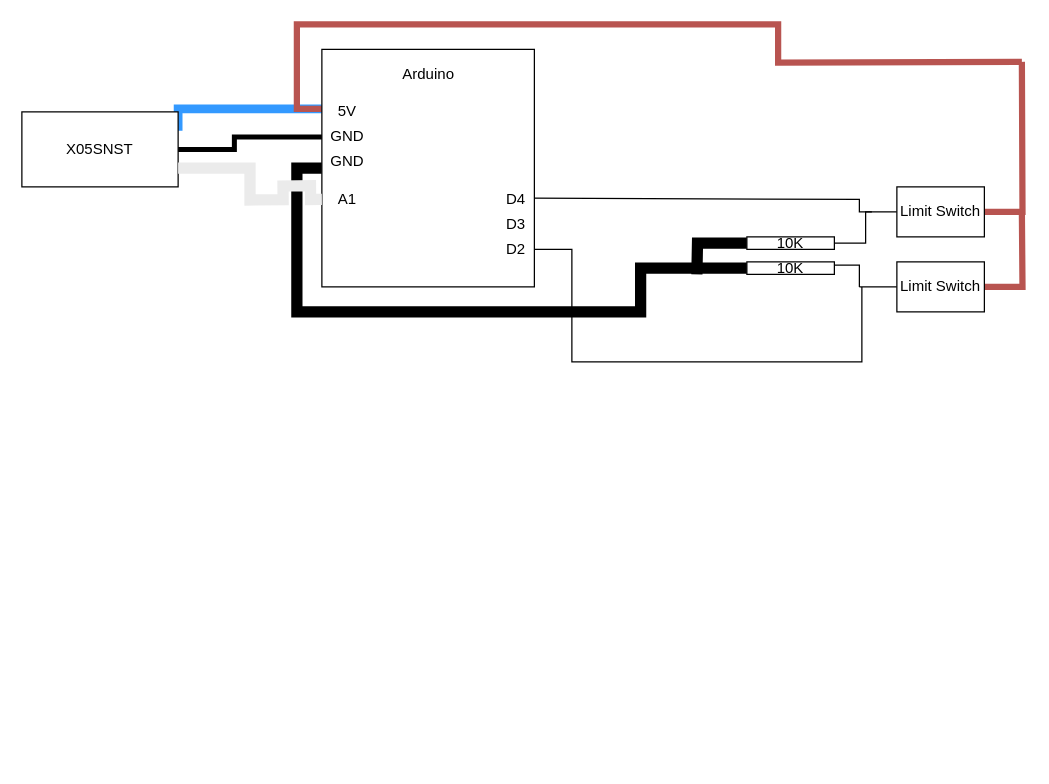
Earlier version of the draw.io diagram Steering-Subsystem/Steering-Subsistem.drawio (Triton-AI/EV-GrandPrix-2021). Source tidied: cells renumbered, new cells numbered last; positions are measured from the earlier drawing's top-left corner, leaving out a move shared by most shapes. Both pictures are drawn from the tidied source at 125%, with x=0, y=0 at pixel (21, 49).
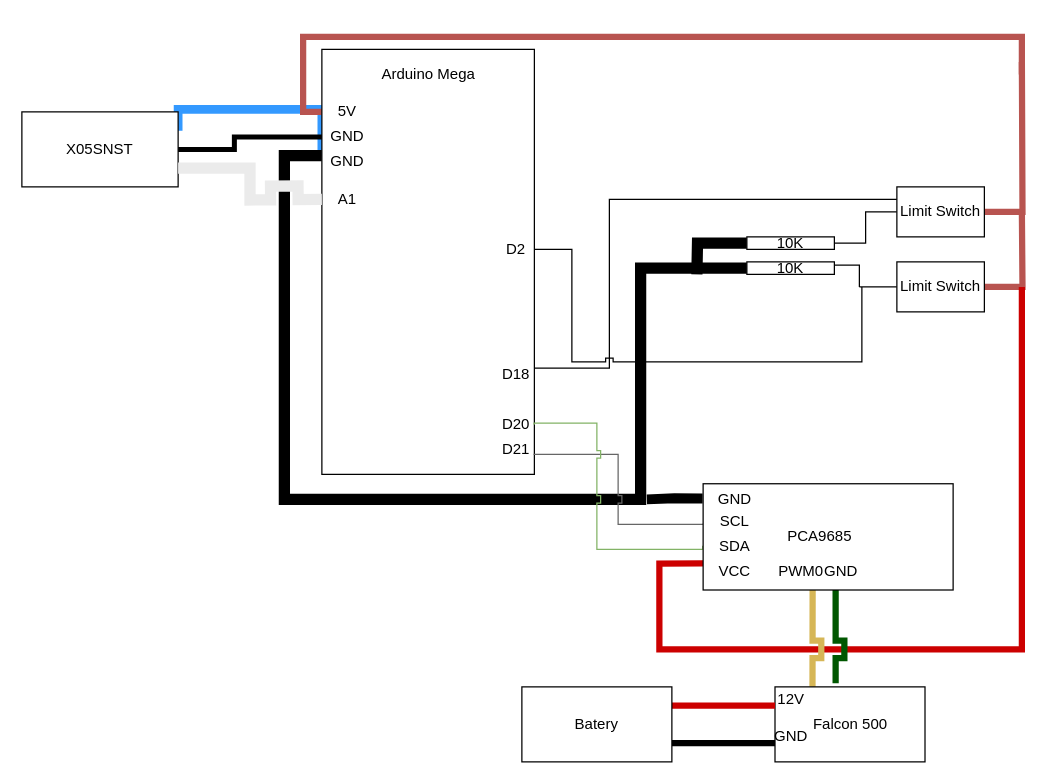
The same page after the edit.

Unchanged cells that the change refers to:
```xml
<mxCell id="15" value="&lt;div&gt;5V&lt;/div&gt;" style="text;html=1;align=center;verticalAlign=middle;points=[];fillColor=none;strokeColor=none;rounded=0;" parent="1" vertex="1">
  <mxGeometry x="245" y="40" width="30" height="20" as="geometry" />
</mxCell>
<mxCell id="21" value="10K" style="rounded=0;whiteSpace=wrap;html=1;" parent="1" vertex="1">
  <mxGeometry x="580" y="170" width="70" height="10" as="geometry" />
</mxCell>
<mxCell id="24" value="Limit Switch" style="rounded=0;whiteSpace=wrap;html=1;" parent="1" vertex="1">
  <mxGeometry x="700" y="110" width="70" height="40" as="geometry" />
</mxCell>
```

The edit, as a diff of the source:
```diff
@@
-    <mxCell id="3" style="edgeStyle=orthogonalEdgeStyle;rounded=0;jumpStyle=sharp;jettySize=auto;html=1;exitX=0;exitY=0.5;exitDx=0;exitDy=0;endArrow=none;endFill=0;endSize=7;strokeWidth=9;entryX=0;entryY=0.5;entryDx=0;entryDy=0;" parent="1" edge="1" source="6" target="21">
-      <mxGeometry relative="1" as="geometry" />
+    <mxCell id="3" style="edgeStyle=orthogonalEdgeStyle;rounded=0;jumpStyle=sharp;jettySize=auto;html=1;endArrow=none;endFill=0;endSize=7;strokeWidth=9;entryX=0;entryY=0.5;entryDx=0;entryDy=0;exitX=0;exitY=0.25;exitDx=0;exitDy=0;" parent="1" edge="1" source="6" target="21">
+      <mxGeometry relative="1" as="geometry">
+        <Array as="points">
+          <mxPoint x="210" y="85" />
+          <mxPoint x="210" y="360" />
+          <mxPoint x="495" y="360" />
+          <mxPoint x="495" y="175" />
+        </Array>
+      </mxGeometry>
     </mxCell>
-    <mxCell id="4" style="edgeStyle=orthogonalEdgeStyle;rounded=0;jumpStyle=sharp;jettySize=auto;html=1;endArrow=none;endFill=0;endSize=7;strokeColor=#000000;strokeWidth=1;exitX=0.933;exitY=0.45;exitDx=0;exitDy=0;exitPerimeter=0;" parent="1" edge="1" source="11">
-      <mxGeometry relative="1" as="geometry">
-        <mxPoint x="680" y="130" as="targetPoint" />
-        <Array as="points">
-          <mxPoint x="408" y="120" />
-          <mxPoint x="670" y="120" />
-        </Array>
-      </mxGeometry>
-    </mxCell>
-    <mxCell id="5" style="edgeStyle=orthogonalEdgeStyle;rounded=0;jumpStyle=sharp;jettySize=auto;html=1;exitX=0;exitY=0.25;exitDx=0;exitDy=0;endArrow=none;endFill=0;endSize=7;strokeColor=#b85450;strokeWidth=5;fillColor=#f8cecc;" parent="1" edge="1" source="6">
+    <mxCell id="5" style="edgeStyle=orthogonalEdgeStyle;rounded=0;jumpStyle=sharp;jettySize=auto;html=1;endArrow=none;endFill=0;endSize=7;strokeColor=#b85450;strokeWidth=5;fillColor=#f8cecc;exitX=0;exitY=0.5;exitDx=0;exitDy=0;exitPerimeter=0;" parent="1" edge="1" source="15">
       <mxGeometry relative="1" as="geometry">
-        <mxPoint x="800" y="10" as="targetPoint" />
+        <mxPoint x="800" y="20" as="targetPoint" />
+        <Array as="points">
+          <mxPoint x="225" y="50" />
+          <mxPoint x="225" y="-10" />
+          <mxPoint x="800" y="-10" />
+        </Array>
       </mxGeometry>
     </mxCell>
+    <mxCell id="29" style="edgeStyle=orthogonalEdgeStyle;rounded=0;jettySize=auto;html=1;exitX=1;exitY=0.75;exitDx=0;exitDy=0;entryX=0;entryY=0.25;entryDx=0;entryDy=0;endArrow=none;endFill=0;" parent="1" edge="1" source="6" target="24">
+      <mxGeometry relative="1" as="geometry">
+        <Array as="points">
+          <mxPoint x="470" y="255" />
+          <mxPoint x="470" y="120" />
+        </Array>
+      </mxGeometry>
+    </mxCell>
     <mxCell id="6" style="rounded=0;whiteSpace=wrap;html=1;" parent="1" vertex="1">
-      <mxGeometry x="240" width="170" height="190" as="geometry" />
+      <mxGeometry x="240" width="170" height="340" as="geometry" />
     </mxCell>
@@
-    <mxCell id="8" value="Arduino" style="text;html=1;align=center;verticalAlign=middle;fillColor=none;strokeColor=none;rounded=0;" parent="1" vertex="1">
-      <mxGeometry x="300" y="10" width="50" height="20" as="geometry" />
+    <mxCell id="8" value="&lt;div&gt;Arduino Mega&lt;/div&gt;" style="text;html=1;align=center;verticalAlign=middle;fillColor=none;strokeColor=none;rounded=0;" parent="1" vertex="1">
+      <mxGeometry x="280" y="10" width="90" height="20" as="geometry" />
     </mxCell>
@@
-    <mxCell id="10" value="D3" style="text;html=1;align=center;verticalAlign=middle;fillColor=none;strokeColor=none;rounded=0;" parent="1" vertex="1">
-      <mxGeometry x="380" y="130" width="30" height="20" as="geometry" />
-    </mxCell>
-    <mxCell id="11" value="D4" style="text;html=1;align=center;verticalAlign=middle;points=[];fillColor=none;strokeColor=none;rounded=0;" parent="1" vertex="1">
-      <mxGeometry x="380" y="110" width="30" height="20" as="geometry" />
+    <mxCell id="11" value="D18" style="text;html=1;align=center;verticalAlign=middle;points=[];fillColor=none;strokeColor=none;rounded=0;" parent="1" vertex="1">
+      <mxGeometry x="375" y="250" width="40" height="20" as="geometry" />
     </mxCell>
@@
+    <mxCell id="30" value="D20" style="text;html=1;align=center;verticalAlign=middle;fillColor=none;strokeColor=none;rounded=0;" parent="1" vertex="1">
+      <mxGeometry x="375" y="290" width="40" height="20" as="geometry" />
+    </mxCell>
+    <mxCell id="31" value="D21" style="text;html=1;align=center;verticalAlign=middle;fillColor=none;strokeColor=none;rounded=0;" parent="1" vertex="1">
+      <mxGeometry x="375" y="310" width="40" height="20" as="geometry" />
+    </mxCell>
+    <mxCell id="32" style="edgeStyle=orthogonalEdgeStyle;rounded=0;jettySize=auto;html=1;exitX=0.862;exitY=-0.002;exitDx=0;exitDy=0;endArrow=none;endFill=0;exitPerimeter=0;strokeWidth=8;" parent="1" edge="1" source="38">
+      <mxGeometry relative="1" as="geometry">
+        <mxPoint x="500" y="360" as="targetPoint" />
+        <Array as="points">
+          <mxPoint x="522" y="359" />
+        </Array>
+      </mxGeometry>
+    </mxCell>
+    <mxCell id="33" style="edgeStyle=orthogonalEdgeStyle;rounded=0;jettySize=auto;html=1;exitX=0.651;exitY=0.005;exitDx=0;exitDy=0;endArrow=none;endFill=0;entryX=0.996;entryY=0.953;entryDx=0;entryDy=0;entryPerimeter=0;fillColor=#f5f5f5;strokeColor=#666666;jumpStyle=sharp;exitPerimeter=0;" parent="1" edge="1" source="38" target="6">
+      <mxGeometry relative="1" as="geometry">
+        <Array as="points">
+          <mxPoint x="545" y="377" />
+          <mxPoint x="545" y="380" />
+          <mxPoint x="477" y="380" />
+          <mxPoint x="477" y="324" />
+        </Array>
+      </mxGeometry>
+    </mxCell>
+    <mxCell id="34" style="edgeStyle=orthogonalEdgeStyle;rounded=0;jettySize=auto;html=1;exitX=0.416;exitY=-0.002;exitDx=0;exitDy=0;endArrow=none;endFill=0;entryX=0.999;entryY=0.883;entryDx=0;entryDy=0;entryPerimeter=0;fillColor=#d5e8d4;strokeColor=#82b366;jumpStyle=sharp;exitPerimeter=0;" parent="1" edge="1" source="38" target="6">
+      <mxGeometry relative="1" as="geometry">
+        <Array as="points">
+          <mxPoint x="545" y="400" />
+          <mxPoint x="460" y="400" />
+          <mxPoint x="460" y="299" />
+          <mxPoint x="410" y="299" />
+        </Array>
+      </mxGeometry>
+    </mxCell>
+    <mxCell id="35" style="edgeStyle=orthogonalEdgeStyle;rounded=0;jettySize=auto;html=1;exitX=0.25;exitY=0;exitDx=0;exitDy=0;endArrow=none;endFill=0;strokeColor=#CC0000;strokeWidth=5;" parent="1" edge="1" source="38">
+      <mxGeometry relative="1" as="geometry">
+        <mxPoint x="800" y="190" as="targetPoint" />
+        <Array as="points">
+          <mxPoint x="510" y="411" />
+          <mxPoint x="510" y="480" />
+          <mxPoint x="800" y="480" />
+        </Array>
+      </mxGeometry>
+    </mxCell>
+    <mxCell id="36" style="edgeStyle=orthogonalEdgeStyle;rounded=0;jumpStyle=sharp;jettySize=auto;html=1;exitX=0.011;exitY=0.53;exitDx=0;exitDy=0;endArrow=none;endFill=0;strokeColor=#005700;strokeWidth=5;exitPerimeter=0;fillColor=#008a00;" parent="1" edge="1" source="38">
+      <mxGeometry relative="1" as="geometry">
+        <mxPoint x="651" y="507" as="targetPoint" />
+        <Array as="points">
+          <mxPoint x="651" y="433" />
+          <mxPoint x="651" y="433" />
+        </Array>
+      </mxGeometry>
+    </mxCell>
+    <mxCell id="37" style="edgeStyle=orthogonalEdgeStyle;rounded=0;jumpStyle=sharp;jettySize=auto;html=1;exitX=0.015;exitY=0.438;exitDx=0;exitDy=0;entryX=0.25;entryY=0;entryDx=0;entryDy=0;endArrow=none;endFill=0;strokeColor=#d6b656;strokeWidth=5;exitPerimeter=0;fillColor=#fff2cc;" parent="1" edge="1" source="38" target="44">
+      <mxGeometry relative="1" as="geometry">
+        <Array as="points">
+          <mxPoint x="633" y="433" />
+          <mxPoint x="633" y="471" />
+          <mxPoint x="633" y="471" />
+        </Array>
+      </mxGeometry>
+    </mxCell>
+    <mxCell id="38" style="rounded=0;whiteSpace=wrap;html=1;rotation=-90;" parent="1" vertex="1">
+      <mxGeometry x="602.5" y="290" width="85" height="200" as="geometry" />
+    </mxCell>
+    <mxCell id="39" value="PCA9685" style="text;html=1;align=center;verticalAlign=middle;fillColor=none;strokeColor=none;rounded=0;" parent="1" vertex="1">
+      <mxGeometry x="602.5" y="380" width="70" height="20" as="geometry" />
+    </mxCell>
+    <mxCell id="40" value="GND" style="text;html=1;align=center;verticalAlign=middle;fillColor=none;strokeColor=none;rounded=0;" parent="1" vertex="1">
+      <mxGeometry x="550" y="350" width="40" height="20" as="geometry" />
+    </mxCell>
+    <mxCell id="41" value="SDA" style="text;html=1;align=center;verticalAlign=middle;fillColor=none;strokeColor=none;rounded=0;" parent="1" vertex="1">
+      <mxGeometry x="550" y="387.5" width="40" height="20" as="geometry" />
+    </mxCell>
+    <mxCell id="42" value="SCL" style="text;html=1;align=center;verticalAlign=middle;fillColor=none;strokeColor=none;rounded=0;" parent="1" vertex="1">
+      <mxGeometry x="550" y="367.5" width="40" height="20" as="geometry" />
+    </mxCell>
+    <mxCell id="43" value="VCC" style="text;html=1;align=center;verticalAlign=middle;fillColor=none;strokeColor=none;rounded=0;" parent="1" vertex="1">
+      <mxGeometry x="550" y="407.5" width="40" height="20" as="geometry" />
+    </mxCell>
+    <mxCell id="44" value="Falcon 500" style="rounded=0;whiteSpace=wrap;html=1;" parent="1" vertex="1">
+      <mxGeometry x="602.5" y="510" width="120" height="60" as="geometry" />
+    </mxCell>
+    <mxCell id="45" style="edgeStyle=orthogonalEdgeStyle;rounded=0;jumpStyle=sharp;jettySize=auto;html=1;exitX=1;exitY=0.25;exitDx=0;exitDy=0;entryX=0;entryY=0.25;entryDx=0;entryDy=0;endArrow=none;endFill=0;strokeColor=#CC0000;strokeWidth=5;" parent="1" edge="1" source="47" target="44">
+      <mxGeometry relative="1" as="geometry" />
+    </mxCell>
+    <mxCell id="46" style="edgeStyle=orthogonalEdgeStyle;rounded=0;jumpStyle=sharp;jettySize=auto;html=1;exitX=1;exitY=0.75;exitDx=0;exitDy=0;entryX=0;entryY=0.75;entryDx=0;entryDy=0;endArrow=none;endFill=0;strokeWidth=5;" parent="1" edge="1" source="47" target="44">
+      <mxGeometry relative="1" as="geometry" />
+    </mxCell>
+    <mxCell id="47" value="Batery" style="rounded=0;whiteSpace=wrap;html=1;" parent="1" vertex="1">
+      <mxGeometry x="400" y="510" width="120" height="60" as="geometry" />
+    </mxCell>
+    <mxCell id="48" value="12V" style="text;html=1;align=center;verticalAlign=middle;fillColor=none;strokeColor=none;rounded=0;" parent="1" vertex="1">
+      <mxGeometry x="595" y="510" width="40" height="20" as="geometry" />
+    </mxCell>
+    <mxCell id="49" value="GND" style="text;html=1;align=center;verticalAlign=middle;fillColor=none;strokeColor=none;rounded=0;" parent="1" vertex="1">
+      <mxGeometry x="595" y="540" width="40" height="20" as="geometry" />
+    </mxCell>
+    <mxCell id="50" value="PWM0" style="text;html=1;align=center;verticalAlign=middle;fillColor=none;strokeColor=none;rounded=0;" parent="1" vertex="1">
+      <mxGeometry x="597.5" y="407.5" width="50" height="20" as="geometry" />
+    </mxCell>
+    <mxCell id="51" value="GND" style="text;html=1;align=center;verticalAlign=middle;fillColor=none;strokeColor=none;rounded=0;" parent="1" vertex="1">
+      <mxGeometry x="635" y="407.5" width="40" height="20" as="geometry" />
+    </mxCell>
```
